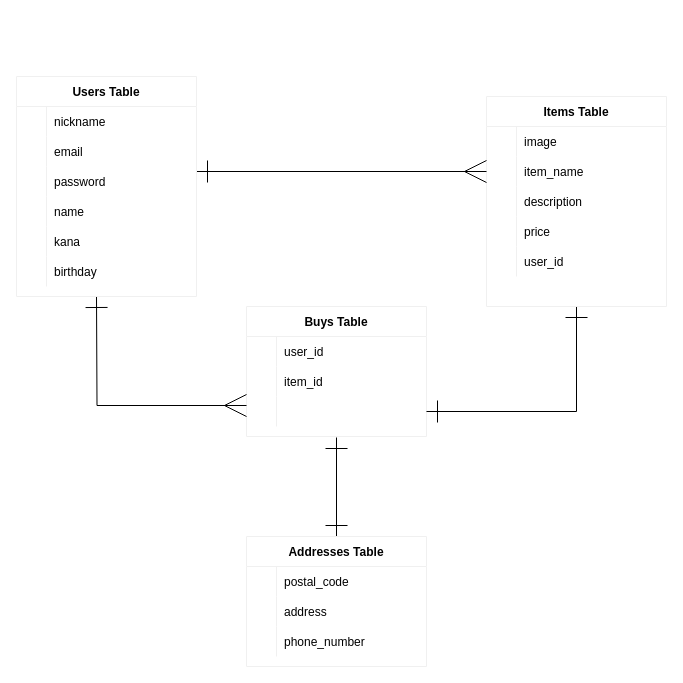
This is ER.dio from Bach42b/furima-32402, a draw.io file, before an edit. Source tidied: cells renumbered, new cells numbered last; positions are measured from the earlier drawing's top-left corner, leaving out a move shared by most shapes. Both pictures are drawn from the tidied source at 100%, with x=0, y=0 at pixel (16, 76).
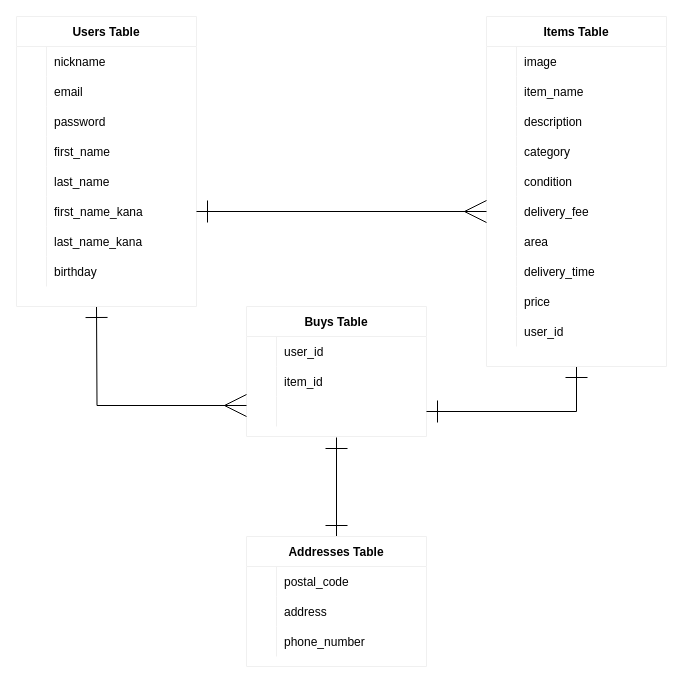
The same diagram, later.

Commit message (it also covers changes not shown here):
データベース設計修正

Unchanged cells that the change refers to:
```xml
<mxCell id="10" style="shape=partialRectangle;fillColor=none;top=0;left=0;bottom=0;right=0;points=[[0,0.5],[1,0.5]];portConstraint=eastwest;" parent="3" vertex="1">
  <mxGeometry y="90" width="180" height="30" as="geometry" />
</mxCell>
<mxCell id="19" style="shape=partialRectangle;fillColor=none;top=0;left=0;bottom=0;right=0;points=[[0,0.5],[1,0.5]];portConstraint=eastwest;" parent="15" vertex="1">
  <mxGeometry y="60" width="180" height="30" as="geometry" />
</mxCell>
<mxCell id="25" style="shape=partialRectangle;fillColor=none;top=0;left=0;bottom=0;right=0;" parent="15" vertex="1">
  <mxGeometry y="120" width="180" height="30" as="geometry" />
</mxCell>
<mxCell id="28" style="shape=partialRectangle;fillColor=none;top=0;left=0;bottom=0;right=0;" parent="15" vertex="1">
  <mxGeometry y="150" width="180" height="30" as="geometry" />
</mxCell>
<mxCell id="52" style="shape=partialRectangle;fillColor=none;top=0;left=0;bottom=0;right=0;" parent="42" vertex="1">
  <mxGeometry y="120" width="180" height="30" as="geometry" />
</mxCell>
<mxCell id="55" style="shape=partialRectangle;fillColor=none;top=0;left=0;bottom=0;right=0;" parent="42" vertex="1">
  <mxGeometry y="150" width="180" height="30" as="geometry" />
</mxCell>
<mxCell id="58" style="shape=partialRectangle;fillColor=none;top=0;left=0;bottom=0;right=0;points=[[0,0.5],[1,0.5]];portConstraint=eastwest;" parent="42" vertex="1">
  <mxGeometry y="180" width="180" height="30" as="geometry" />
</mxCell>
```

Diff of the diagram source:
```diff
@@
     <mxCell id="13" style="edgeStyle=orthogonalEdgeStyle;rounded=0;jettySize=auto;html=1;entryX=0;entryY=0.3;entryDx=0;entryDy=0;entryPerimeter=0;endArrow=ERmany;endFill=0;startSize=20;endSize=20;startArrow=ERone;startFill=0;" parent="1" edge="1" target="10">
       <mxGeometry relative="1" as="geometry">
-        <mxPoint x="80" y="220" as="sourcePoint" />
+        <mxPoint x="80" y="230" as="sourcePoint" />
       </mxGeometry>
     </mxCell>
@@
     <mxCell id="15" value="Items Table" style="shape=table;startSize=30;childLayout=tableLayout;rowLines=0;fontStyle=1;align=center;shadow=0;sketch=0;strokeColor=#f0f0f0;strokeWidth=1;fillColor=none;" parent="1" vertex="1">
-      <mxGeometry x="470" y="20" width="180" height="210" as="geometry" />
+      <mxGeometry x="470" y="-60" width="180" height="350" as="geometry" />
     </mxCell>
@@
-    <mxCell id="27" value="price" style="shape=partialRectangle;fillColor=none;top=0;left=0;bottom=0;right=0;align=left;spacingLeft=6;overflow=hidden;" parent="25" vertex="1">
+    <mxCell id="27" value="category" style="shape=partialRectangle;fillColor=none;top=0;left=0;bottom=0;right=0;align=left;spacingLeft=6;overflow=hidden;" parent="25" vertex="1">
       <mxGeometry x="30" width="150" height="30" as="geometry" />
     </mxCell>
@@
-    <mxCell id="30" value="user_id" style="shape=partialRectangle;fillColor=none;top=0;left=0;bottom=0;right=0;align=left;spacingLeft=6;overflow=hidden;" parent="28" vertex="1">
+    <mxCell id="30" value="condition" style="shape=partialRectangle;fillColor=none;top=0;left=0;bottom=0;right=0;align=left;spacingLeft=6;overflow=hidden;" parent="28" vertex="1">
       <mxGeometry x="30" width="150" height="30" as="geometry" />
     </mxCell>
+    <mxCell id="61" style="shape=partialRectangle;fillColor=none;top=0;left=0;bottom=0;right=0;points=[[0,0.5],[1,0.5]];portConstraint=eastwest;" parent="15" vertex="1">
+      <mxGeometry y="180" width="180" height="30" as="geometry" />
+    </mxCell>
+    <mxCell id="62" style="shape=partialRectangle;fillColor=none;top=0;left=0;bottom=0;right=0;overflow=hidden;" parent="61" vertex="1">
+      <mxGeometry width="30" height="30" as="geometry" />
+    </mxCell>
+    <mxCell id="63" value="delivery_fee" style="shape=partialRectangle;fillColor=none;top=0;left=0;bottom=0;right=0;align=left;spacingLeft=6;overflow=hidden;" parent="61" vertex="1">
+      <mxGeometry x="30" width="150" height="30" as="geometry" />
+    </mxCell>
+    <mxCell id="64" style="shape=partialRectangle;fillColor=none;top=0;left=0;bottom=0;right=0;" parent="15" vertex="1">
+      <mxGeometry y="210" width="180" height="30" as="geometry" />
+    </mxCell>
+    <mxCell id="65" style="shape=partialRectangle;fillColor=none;top=0;left=0;bottom=0;right=0;overflow=hidden;" parent="64" vertex="1">
+      <mxGeometry width="30" height="30" as="geometry" />
+    </mxCell>
+    <mxCell id="66" value="area" style="shape=partialRectangle;fillColor=none;top=0;left=0;bottom=0;right=0;align=left;spacingLeft=6;overflow=hidden;" parent="64" vertex="1">
+      <mxGeometry x="30" width="150" height="30" as="geometry" />
+    </mxCell>
+    <mxCell id="67" style="shape=partialRectangle;fillColor=none;top=0;left=0;bottom=0;right=0;" parent="15" vertex="1">
+      <mxGeometry y="240" width="180" height="30" as="geometry" />
+    </mxCell>
+    <mxCell id="68" style="shape=partialRectangle;fillColor=none;top=0;left=0;bottom=0;right=0;overflow=hidden;" parent="67" vertex="1">
+      <mxGeometry width="30" height="30" as="geometry" />
+    </mxCell>
+    <mxCell id="69" value="delivery_time" style="shape=partialRectangle;fillColor=none;top=0;left=0;bottom=0;right=0;align=left;spacingLeft=6;overflow=hidden;" parent="67" vertex="1">
+      <mxGeometry x="30" width="150" height="30" as="geometry" />
+    </mxCell>
+    <mxCell id="70" style="shape=partialRectangle;fillColor=none;top=0;left=0;bottom=0;right=0;" parent="15" vertex="1">
+      <mxGeometry y="270" width="180" height="30" as="geometry" />
+    </mxCell>
+    <mxCell id="71" style="shape=partialRectangle;fillColor=none;top=0;left=0;bottom=0;right=0;overflow=hidden;" parent="70" vertex="1">
+      <mxGeometry width="30" height="30" as="geometry" />
+    </mxCell>
+    <mxCell id="72" value="price" style="shape=partialRectangle;fillColor=none;top=0;left=0;bottom=0;right=0;align=left;spacingLeft=6;overflow=hidden;" parent="70" vertex="1">
+      <mxGeometry x="30" width="150" height="30" as="geometry" />
+    </mxCell>
+    <mxCell id="73" style="shape=partialRectangle;fillColor=none;top=0;left=0;bottom=0;right=0;" parent="15" vertex="1">
+      <mxGeometry y="300" width="180" height="30" as="geometry" />
+    </mxCell>
+    <mxCell id="74" style="shape=partialRectangle;fillColor=none;top=0;left=0;bottom=0;right=0;overflow=hidden;" parent="73" vertex="1">
+      <mxGeometry width="30" height="30" as="geometry" />
+    </mxCell>
+    <mxCell id="75" value="user_id" style="shape=partialRectangle;fillColor=none;top=0;left=0;bottom=0;right=0;align=left;spacingLeft=6;overflow=hidden;" parent="73" vertex="1">
+      <mxGeometry x="30" width="150" height="30" as="geometry" />
+    </mxCell>
@@
-    <mxCell id="41" style="rounded=0;jettySize=auto;html=1;entryX=0;entryY=0.5;entryDx=0;entryDy=0;endArrow=ERmany;endFill=0;targetPerimeterSpacing=10;endSize=20;sourcePerimeterSpacing=10;startSize=20;startArrow=ERone;startFill=0;" parent="1" edge="1" target="19">
-      <mxGeometry relative="1" as="geometry">
-        <mxPoint x="180" y="95" as="sourcePoint" />
-      </mxGeometry>
-    </mxCell>
     <mxCell id="42" value="Users Table" style="shape=table;startSize=30;childLayout=tableLayout;rowLines=0;fontStyle=1;align=center;shadow=0;sketch=0;strokeColor=#f0f0f0;strokeWidth=1;labelBorderColor=#FFFFFF;perimeterSpacing=1;fillColor=none;" parent="1" vertex="1">
-      <mxGeometry width="180" height="220" as="geometry" />
+      <mxGeometry y="-60" width="180" height="290" as="geometry" />
     </mxCell>
@@
-    <mxCell id="54" value="name" style="shape=partialRectangle;fillColor=none;top=0;left=0;bottom=0;right=0;align=left;spacingLeft=6;overflow=hidden;" parent="52" vertex="1">
+    <mxCell id="54" value="first_name" style="shape=partialRectangle;fillColor=none;top=0;left=0;bottom=0;right=0;align=left;spacingLeft=6;overflow=hidden;" parent="52" vertex="1">
       <mxGeometry x="30" width="150" height="30" as="geometry" />
     </mxCell>
@@
-    <mxCell id="57" value="kana" style="shape=partialRectangle;fillColor=none;top=0;left=0;bottom=0;right=0;align=left;spacingLeft=6;overflow=hidden;" parent="55" vertex="1">
+    <mxCell id="57" value="last_name" style="shape=partialRectangle;fillColor=none;top=0;left=0;bottom=0;right=0;align=left;spacingLeft=6;overflow=hidden;" parent="55" vertex="1">
       <mxGeometry x="30" width="150" height="30" as="geometry" />
     </mxCell>
@@
-    <mxCell id="60" value="birthday" style="shape=partialRectangle;fillColor=none;top=0;left=0;bottom=0;right=0;align=left;spacingLeft=6;overflow=hidden;" parent="58" vertex="1">
+    <mxCell id="60" value="first_name_kana" style="shape=partialRectangle;fillColor=none;top=0;left=0;bottom=0;right=0;align=left;spacingLeft=6;overflow=hidden;" parent="58" vertex="1">
       <mxGeometry x="30" width="150" height="30" as="geometry" />
     </mxCell>
+    <mxCell id="76" style="shape=partialRectangle;fillColor=none;top=0;left=0;bottom=0;right=0;" parent="42" vertex="1">
+      <mxGeometry y="210" width="180" height="30" as="geometry" />
+    </mxCell>
+    <mxCell id="77" style="shape=partialRectangle;fillColor=none;top=0;left=0;bottom=0;right=0;overflow=hidden;" parent="76" vertex="1">
+      <mxGeometry width="30" height="30" as="geometry" />
+    </mxCell>
+    <mxCell id="78" value="last_name_kana" style="shape=partialRectangle;fillColor=none;top=0;left=0;bottom=0;right=0;align=left;spacingLeft=6;overflow=hidden;" parent="76" vertex="1">
+      <mxGeometry x="30" width="150" height="30" as="geometry" />
+    </mxCell>
+    <mxCell id="79" style="shape=partialRectangle;fillColor=none;top=0;left=0;bottom=0;right=0;" parent="42" vertex="1">
+      <mxGeometry y="240" width="180" height="30" as="geometry" />
+    </mxCell>
+    <mxCell id="80" style="shape=partialRectangle;fillColor=none;top=0;left=0;bottom=0;right=0;overflow=hidden;" parent="79" vertex="1">
+      <mxGeometry width="30" height="30" as="geometry" />
+    </mxCell>
+    <mxCell id="81" value="birthday" style="shape=partialRectangle;fillColor=none;top=0;left=0;bottom=0;right=0;align=left;spacingLeft=6;overflow=hidden;" parent="79" vertex="1">
+      <mxGeometry x="30" width="150" height="30" as="geometry" />
+    </mxCell>
+    <mxCell id="82" style="edgeStyle=orthogonalEdgeStyle;rounded=0;jettySize=auto;html=1;exitX=1;exitY=0.5;exitDx=0;exitDy=0;entryX=0;entryY=0.5;entryDx=0;entryDy=0;endArrow=ERmany;endFill=0;endSize=20;startSize=20;startArrow=ERone;startFill=0;" parent="1" edge="1" source="58" target="61">
+      <mxGeometry relative="1" as="geometry" />
+    </mxCell>
```
